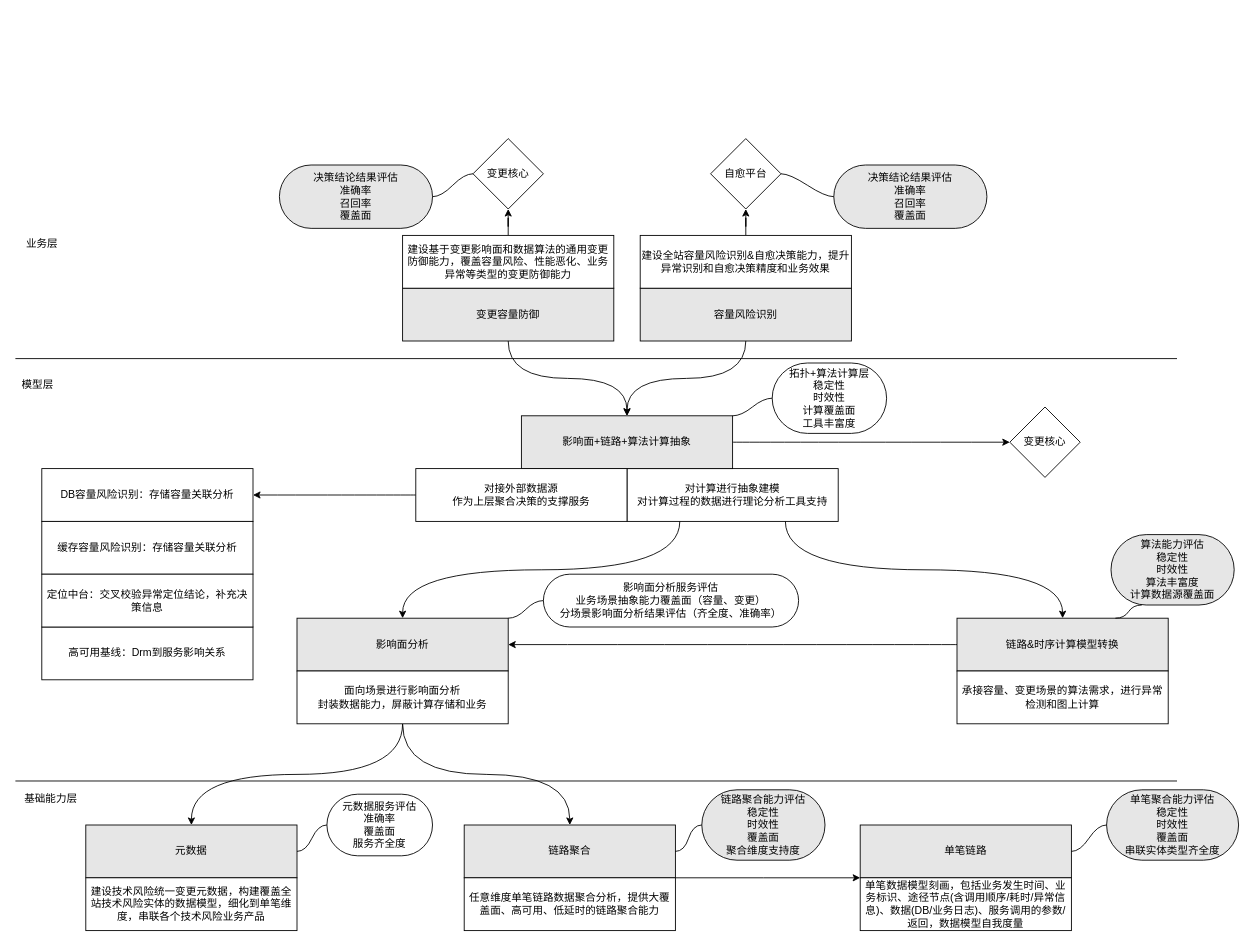
Above: 蚂蚁金服/OKR组织.drawio in frankneu/draw.io (draw.io), before the change. Source tidied: cells renumbered, new cells numbered last; positions are measured from the earlier drawing's top-left corner, leaving out a move shared by most shapes. Both pictures are drawn from the tidied source at 88%, with x=0, y=0 at pixel (15, 138).
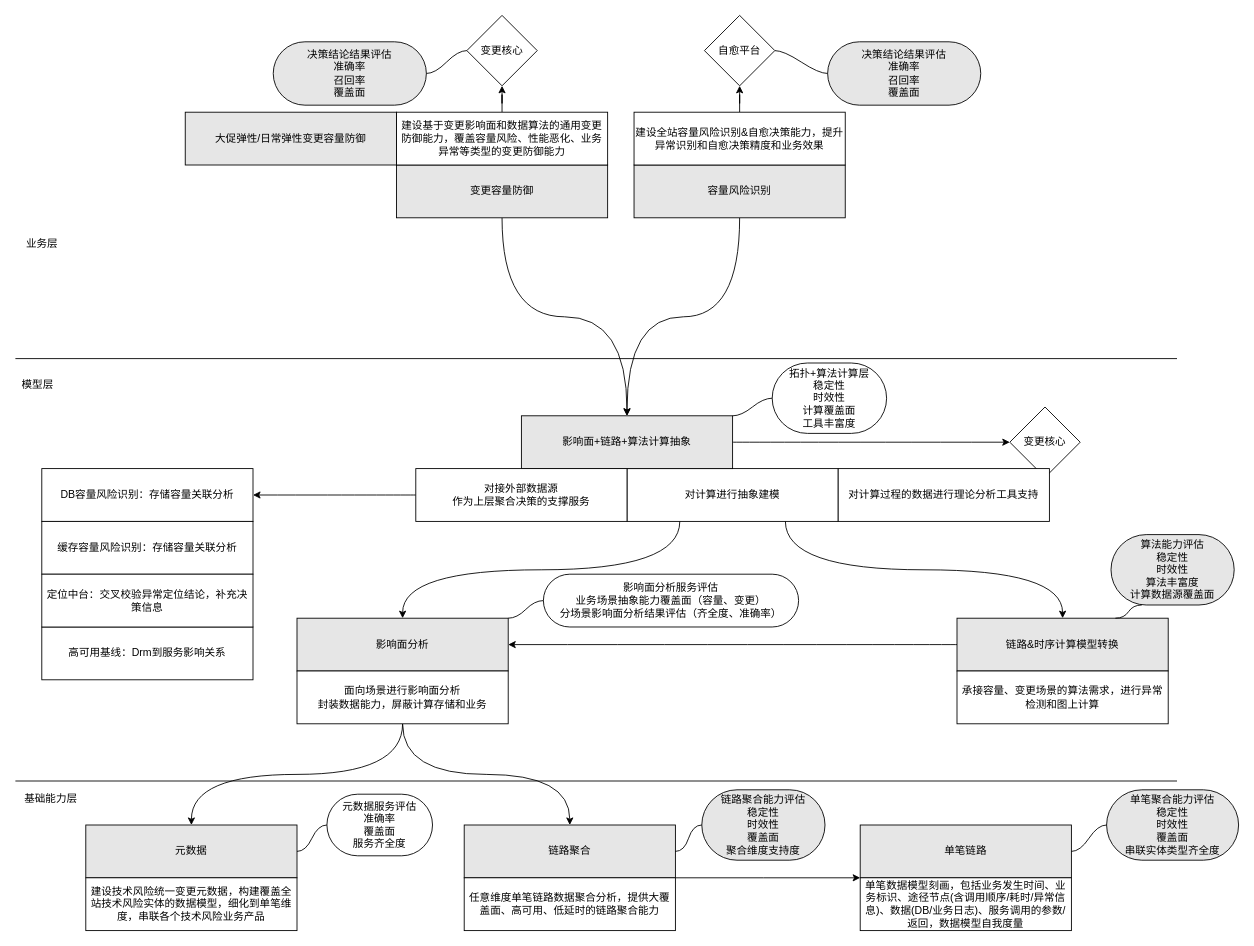
The same diagram, later.

Change to the diagram source:
```diff
@@
     <mxCell id="3" value="变更容量防御" style="rounded=0;whiteSpace=wrap;html=1;fillColor=#E6E6E6;" parent="1" vertex="1">
-      <mxGeometry x="440" y="170" width="240" height="60" as="geometry" />
+      <mxGeometry x="433" y="30" width="240" height="60" as="geometry" />
     </mxCell>
@@
     <mxCell id="5" value="容量风险识别" style="rounded=0;whiteSpace=wrap;html=1;fillColor=#E6E6E6;" parent="1" vertex="1">
-      <mxGeometry x="710" y="170" width="240" height="60" as="geometry" />
+      <mxGeometry x="703" y="30" width="240" height="60" as="geometry" />
     </mxCell>
@@
     <mxCell id="10" value="建设基于变更影响面和数据算法的通用变更防御能力，覆盖容量风险、性能恶化、业务异常等类型的变更防御能力" style="rounded=0;whiteSpace=wrap;html=1;" parent="1" vertex="1">
-      <mxGeometry x="440" y="110" width="240" height="60" as="geometry" />
+      <mxGeometry x="433" y="-30" width="240" height="60" as="geometry" />
     </mxCell>
@@
     <mxCell id="12" value="建设全站容量风险识别&amp;amp;自愈决策能力，提升异常识别和自愈决策精度和业务效果" style="rounded=0;whiteSpace=wrap;html=1;" parent="1" vertex="1">
-      <mxGeometry x="710" y="110" width="240" height="60" as="geometry" />
+      <mxGeometry x="703" y="-30" width="240" height="60" as="geometry" />
     </mxCell>
@@
-    <mxCell id="21" value="对计算进行抽象建模&lt;br&gt;对计算过程的数据进行理论分析工具支持" style="rounded=0;whiteSpace=wrap;html=1;" parent="1" vertex="1">
+    <mxCell id="21" value="对计算进行抽象建模" style="rounded=0;whiteSpace=wrap;html=1;" parent="1" vertex="1">
       <mxGeometry x="695" y="375" width="240" height="60" as="geometry" />
     </mxCell>
@@
     <mxCell id="41" value="决策结论结果评估&lt;br&gt;准确率&lt;br&gt;召回率&lt;br&gt;覆盖面" style="whiteSpace=wrap;html=1;rounded=1;arcSize=50;align=center;verticalAlign=middle;strokeWidth=1;spacing=4;newEdgeStyle={&quot;edgeStyle&quot;:&quot;entityRelationEdgeStyle&quot;,&quot;startArrow&quot;:&quot;none&quot;,&quot;endArrow&quot;:&quot;none&quot;,&quot;segment&quot;:10,&quot;curved&quot;:1};fillColor=#E6E6E6;" parent="1" vertex="1">
-      <mxGeometry x="300" y="30" width="174" height="72" as="geometry" />
+      <mxGeometry x="293" y="-110" width="174" height="72" as="geometry" />
     </mxCell>
@@
     <mxCell id="43" value="决策结论结果评估&lt;br&gt;准确率&lt;br&gt;召回率&lt;br&gt;覆盖面" style="whiteSpace=wrap;html=1;rounded=1;arcSize=50;align=center;verticalAlign=middle;strokeWidth=1;spacing=4;newEdgeStyle={&quot;edgeStyle&quot;:&quot;entityRelationEdgeStyle&quot;,&quot;startArrow&quot;:&quot;none&quot;,&quot;endArrow&quot;:&quot;none&quot;,&quot;segment&quot;:10,&quot;curved&quot;:1};fillColor=#E6E6E6;" parent="1" vertex="1">
-      <mxGeometry x="930" y="30" width="174" height="72" as="geometry" />
+      <mxGeometry x="923" y="-110" width="174" height="72" as="geometry" />
     </mxCell>
@@
     <mxCell id="53" value="&lt;span&gt;变更核心&lt;/span&gt;" style="rhombus;whiteSpace=wrap;html=1;rounded=0;" parent="1" vertex="1">
-      <mxGeometry x="520" width="80" height="80" as="geometry" />
+      <mxGeometry x="513" y="-140" width="80" height="80" as="geometry" />
     </mxCell>
     <mxCell id="54" value="自愈平台" style="rhombus;whiteSpace=wrap;html=1;rounded=0;" parent="1" vertex="1">
-      <mxGeometry x="790" width="80" height="80" as="geometry" />
+      <mxGeometry x="783" y="-140" width="80" height="80" as="geometry" />
     </mxCell>
@@
+    <mxCell id="59" value="对计算过程的数据进行理论分析工具支持" style="rounded=0;whiteSpace=wrap;html=1;" parent="1" vertex="1">
+      <mxGeometry x="935" y="375" width="240" height="60" as="geometry" />
+    </mxCell>
+    <mxCell id="60" value="大促弹性/日常弹性变更容量防御" style="rounded=0;whiteSpace=wrap;html=1;fillColor=#E6E6E6;" parent="1" vertex="1">
+      <mxGeometry x="193" y="-30" width="240" height="60" as="geometry" />
+    </mxCell>
```
